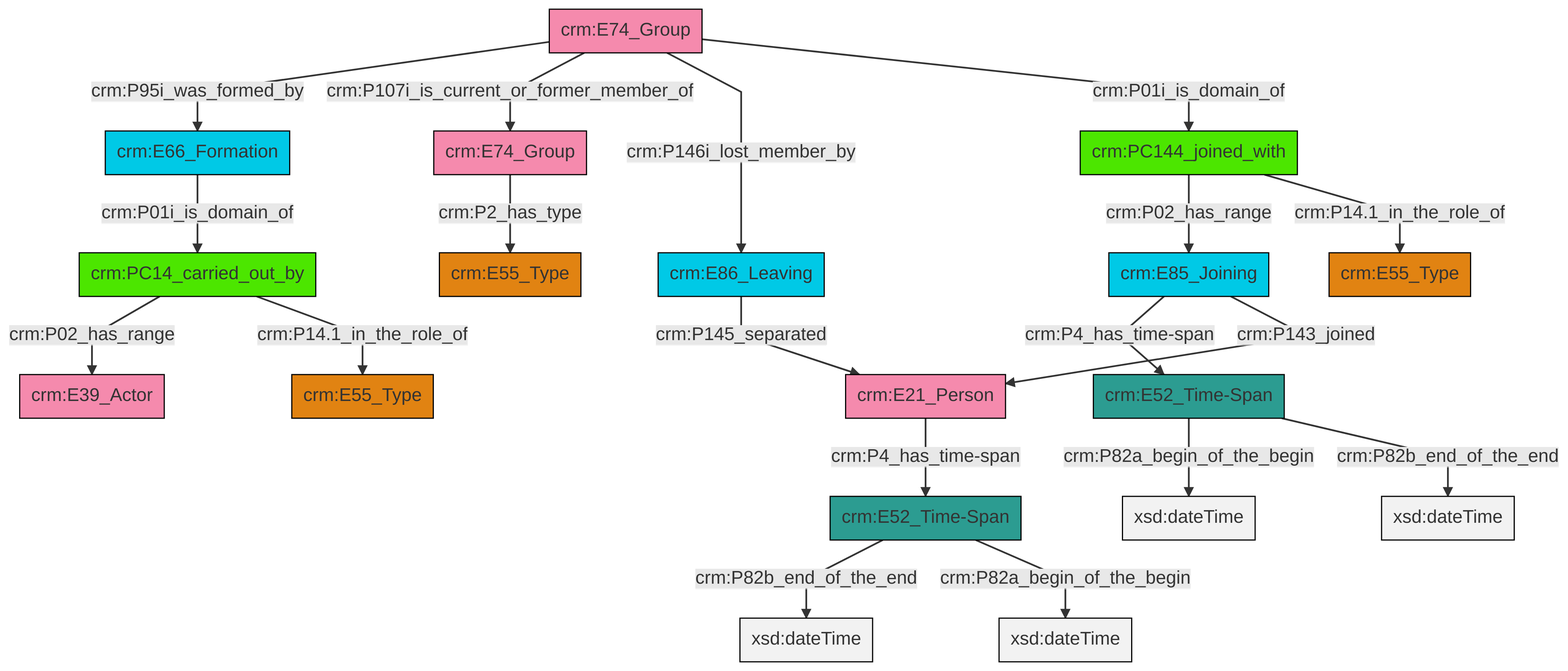
Before: et/groupCSV/ttl/mmd/png/group_actor_relations.png, a diagram exported from Mermaid (swiss-art-research-net/reference-data-models). Its source is kept beside it as et/groupCSV/ttl/mmd/group_actor_relations.ttl.mmd.
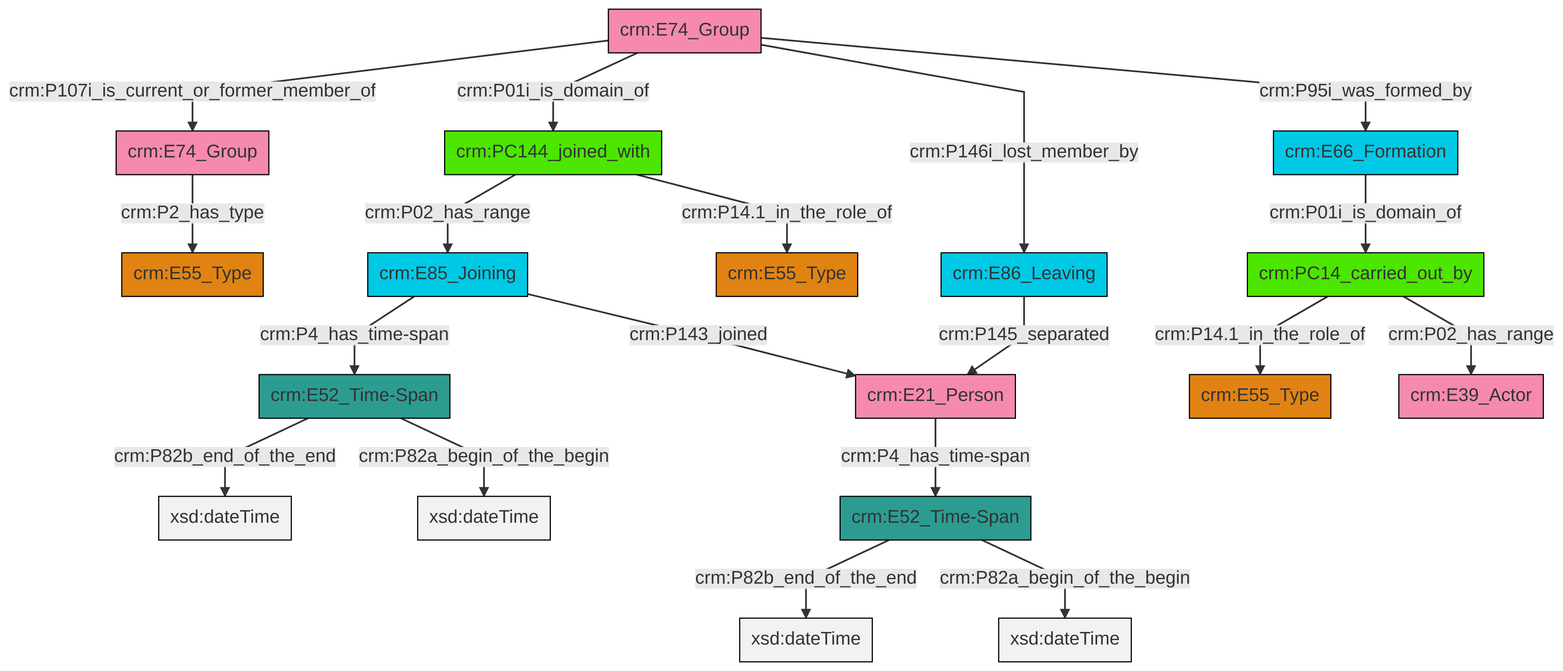
Later version of the same file.

What changed in the source:
```diff
@@ -13,21 +13,21 @@
 classDef PC_Classes fill:#4ce600, stroke:#000000;
 classDef Multi fill:#cccccc,stroke:#000000;
 
-4["crm:E66_Formation"]:::Temporal_Entity -->|crm:P01i_is_domain_of| 5["crm:PC14_carried_out_by"]:::PC_Classes
-11["crm:E74_Group"]:::Actor -->|crm:P95i_was_formed_by| 4["crm:E66_Formation"]:::Temporal_Entity
-11["crm:E74_Group"]:::Actor -->|crm:P107i_is_current_or_former_member_of| 12["crm:E74_Group"]:::Actor
-0["crm:E21_Person"]:::Actor -->|crm:P4_has_time-span| 14["crm:E52_Time-Span"]:::Time-Span
-11["crm:E74_Group"]:::Actor -->|crm:P146i_lost_member_by| 15["crm:E86_Leaving"]:::Temporal_Entity
-5["crm:PC14_carried_out_by"]:::PC_Classes -->|crm:P02_has_range| 16["crm:E39_Actor"]:::Actor
-17["crm:E85_Joining"]:::Temporal_Entity -->|crm:P4_has_time-span| 18["crm:E52_Time-Span"]:::Time-Span
-17["crm:E85_Joining"]:::Temporal_Entity -->|crm:P143_joined| 0["crm:E21_Person"]:::Actor
-12["crm:E74_Group"]:::Actor -->|crm:P2_has_type| 2["crm:E55_Type"]:::Type
-18["crm:E52_Time-Span"]:::Time-Span -->|crm:P82a_begin_of_the_begin| 20[xsd:dateTime]:::Literal
-5["crm:PC14_carried_out_by"]:::PC_Classes -->|crm:P14.1_in_the_role_of| 9["crm:E55_Type"]:::Type
-26["crm:PC144_joined_with"]:::PC_Classes -->|crm:P02_has_range| 17["crm:E85_Joining"]:::Temporal_Entity
-14["crm:E52_Time-Span"]:::Time-Span -->|crm:P82b_end_of_the_end| 27[xsd:dateTime]:::Literal
-26["crm:PC144_joined_with"]:::PC_Classes -->|crm:P14.1_in_the_role_of| 22["crm:E55_Type"]:::Type
-11["crm:E74_Group"]:::Actor -->|crm:P01i_is_domain_of| 26["crm:PC144_joined_with"]:::PC_Classes
-18["crm:E52_Time-Span"]:::Time-Span -->|crm:P82b_end_of_the_end| 30[xsd:dateTime]:::Literal
-14["crm:E52_Time-Span"]:::Time-Span -->|crm:P82a_begin_of_the_begin| 31[xsd:dateTime]:::Literal
-15["crm:E86_Leaving"]:::Temporal_Entity -->|crm:P145_separated| 0["crm:E21_Person"]:::Actor
+2["crm:E52_Time-Span"]:::Time-Span -->|crm:P82b_end_of_the_end| 3[xsd:dateTime]:::Literal
+4["crm:E85_Joining"]:::Temporal_Entity -->|crm:P4_has_time-span| 2["crm:E52_Time-Span"]:::Time-Span
+2["crm:E52_Time-Span"]:::Time-Span -->|crm:P82a_begin_of_the_begin| 5[xsd:dateTime]:::Literal
+6["crm:E21_Person"]:::Actor -->|crm:P4_has_time-span| 7["crm:E52_Time-Span"]:::Time-Span
+10["crm:E74_Group"]:::Actor -->|crm:P01i_is_domain_of| 11["crm:PC144_joined_with"]:::PC_Classes
+10["crm:E74_Group"]:::Actor -->|crm:P95i_was_formed_by| 8["crm:E66_Formation"]:::Temporal_Entity
+15["crm:E74_Group"]:::Actor -->|crm:P2_has_type| 0["crm:E55_Type"]:::Type
+8["crm:E66_Formation"]:::Temporal_Entity -->|crm:P01i_is_domain_of| 18["crm:PC14_carried_out_by"]:::PC_Classes
+10["crm:E74_Group"]:::Actor -->|crm:P146i_lost_member_by| 16["crm:E86_Leaving"]:::Temporal_Entity
+16["crm:E86_Leaving"]:::Temporal_Entity -->|crm:P145_separated| 6["crm:E21_Person"]:::Actor
+7["crm:E52_Time-Span"]:::Time-Span -->|crm:P82b_end_of_the_end| 22[xsd:dateTime]:::Literal
+18["crm:PC14_carried_out_by"]:::PC_Classes -->|crm:P02_has_range| 24["crm:E39_Actor"]:::Actor
+18["crm:PC14_carried_out_by"]:::PC_Classes -->|crm:P14.1_in_the_role_of| 20["crm:E55_Type"]:::Type
+7["crm:E52_Time-Span"]:::Time-Span -->|crm:P82a_begin_of_the_begin| 26[xsd:dateTime]:::Literal
+4["crm:E85_Joining"]:::Temporal_Entity -->|crm:P143_joined| 6["crm:E21_Person"]:::Actor
+10["crm:E74_Group"]:::Actor -->|crm:P107i_is_current_or_former_member_of| 15["crm:E74_Group"]:::Actor
+11["crm:PC144_joined_with"]:::PC_Classes -->|crm:P02_has_range| 4["crm:E85_Joining"]:::Temporal_Entity
+11["crm:PC144_joined_with"]:::PC_Classes -->|crm:P14.1_in_the_role_of| 12["crm:E55_Type"]:::Type
```
